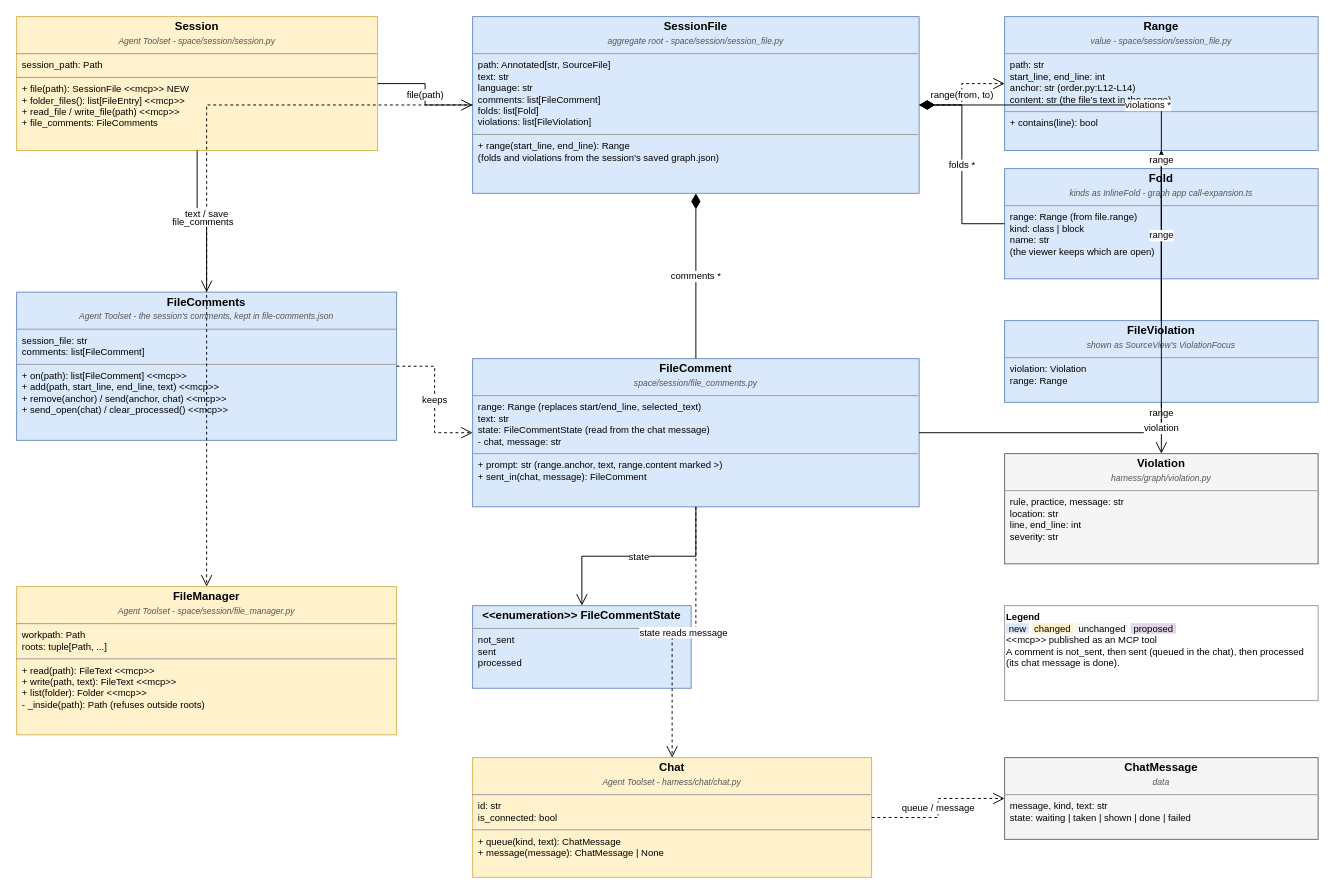
This is space/session/.context/file-comments-model.drawio from abd-works/abd-context-driven-delivery, a draw.io file, before an edit. Source tidied: cells renumbered, new cells numbered last; positions are measured from the earlier drawing's top-left corner, leaving out a move shared by most shapes. Both pictures are drawn from the tidied source at 95%, with x=0, y=0 at pixel (16, 16).
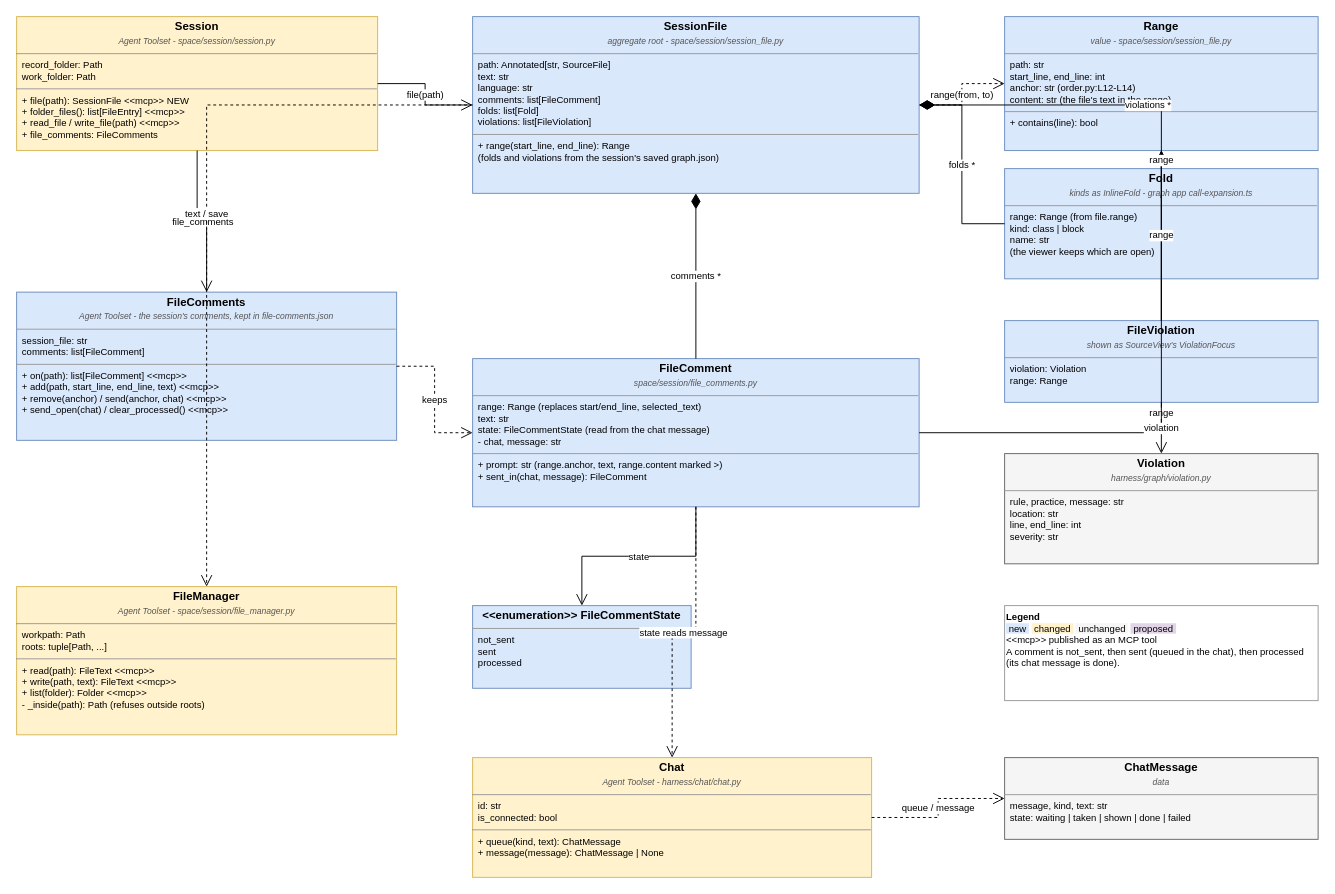
The same diagram, later.

Change to the diagram source:
```diff
@@
-    <mxCell id="2" value="&lt;p style=&quot;margin:0px;margin-top:4px;text-align:center;&quot;&gt;&lt;b&gt;Session&lt;/b&gt;&lt;br/&gt;&lt;i style=&quot;font-size:9px;color:#555;&quot;&gt;Agent Toolset - space/session/session.py&lt;/i&gt;&lt;/p&gt;&lt;hr size=&quot;1&quot;/&gt;&lt;p style=&quot;margin:0px;margin-left:6px;font-size:10px;&quot;&gt;session_path: Path&lt;/p&gt;&lt;hr size=&quot;1&quot;/&gt;&lt;p style=&quot;margin:0px;margin-left:6px;font-size:10px;&quot;&gt;+ file(path): SessionFile  &amp;lt;&amp;lt;mcp&amp;gt;&amp;gt; NEW&lt;br/&gt;+ folder_files(): list[FileEntry]  &amp;lt;&amp;lt;mcp&amp;gt;&amp;gt;&lt;br/&gt;+ read_file / write_file(path)  &amp;lt;&amp;lt;mcp&amp;gt;&amp;gt;&lt;br/&gt;+ file_comments: FileComments&lt;/p&gt;" style="verticalAlign=top;align=left;overflow=fill;html=1;whiteSpace=wrap;fillColor=#fff2cc;strokeColor=#d6b656;" parent="1" vertex="1">
+    <mxCell id="2" value="&lt;p style=&quot;margin:0px;margin-top:4px;text-align:center;&quot;&gt;&lt;b&gt;Session&lt;/b&gt;&lt;br/&gt;&lt;i style=&quot;font-size:9px;color:#555;&quot;&gt;Agent Toolset - space/session/session.py&lt;/i&gt;&lt;/p&gt;&lt;hr size=&quot;1&quot;/&gt;&lt;p style=&quot;margin:0px;margin-left:6px;font-size:10px;&quot;&gt;record_folder: Path&lt;br/&gt;work_folder: Path&lt;/p&gt;&lt;hr size=&quot;1&quot;/&gt;&lt;p style=&quot;margin:0px;margin-left:6px;font-size:10px;&quot;&gt;+ file(path): SessionFile  &amp;lt;&amp;lt;mcp&amp;gt;&amp;gt; NEW&lt;br/&gt;+ folder_files(): list[FileEntry]  &amp;lt;&amp;lt;mcp&amp;gt;&amp;gt;&lt;br/&gt;+ read_file / write_file(path)  &amp;lt;&amp;lt;mcp&amp;gt;&amp;gt;&lt;br/&gt;+ file_comments: FileComments&lt;/p&gt;" style="verticalAlign=top;align=left;overflow=fill;html=1;whiteSpace=wrap;fillColor=#fff2cc;strokeColor=#d6b656;" parent="1" vertex="1">
       <mxGeometry width="380" height="141" as="geometry" />
     </mxCell>
```
